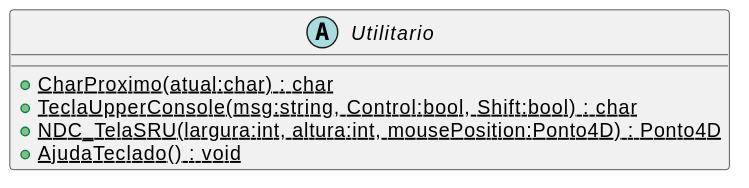
This is CG_Biblioteca/svg/plantuml/Utilitario.svg from gcgfurb/disciplinaCg_2024-1_not_equipe-13, a PlantUML export, as it was before one commit. The source it was exported from:
```plantuml
@startuml
abstract class Utilitario {
    + {static} CharProximo(atual:char) : char
    + {static} TeclaUpperConsole(msg:string, Control:bool, Shift:bool) : char
    + {static} NDC_TelaSRU(largura:int, altura:int, mousePosition:Ponto4D) : Ponto4D
    + {static} AjudaTeclado() : void
}
@enduml
```
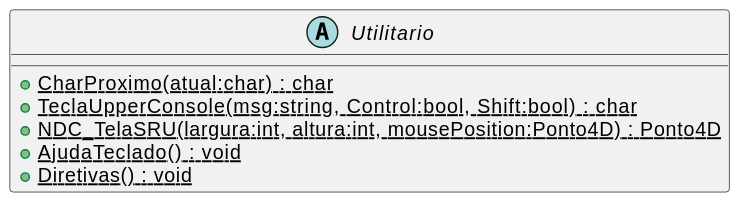
Later version of the same file.

Change to the diagram source:
```diff
@@ -4,5 +4,6 @@
     + {static} TeclaUpperConsole(msg:string, Control:bool, Shift:bool) : char
     + {static} NDC_TelaSRU(largura:int, altura:int, mousePosition:Ponto4D) : Ponto4D
     + {static} AjudaTeclado() : void
+    + {static} Diretivas() : void
 }
 @enduml
```
